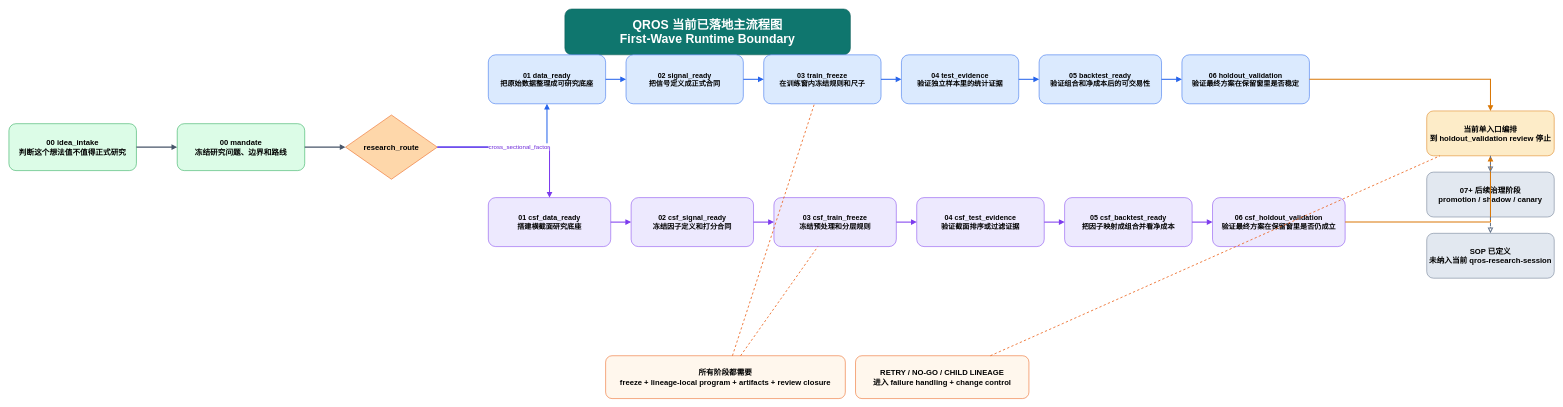
Above: page "Flow" (2 of 2) of docs/visuals/qros-simple.drawio in web3qt/quant-research-os (draw.io), before the change. Source tidied: cells renumbered, new cells numbered last; positions are measured from the earlier drawing's top-left corner, leaving out a move shared by most shapes. Both pictures are drawn from the tidied source at 51%, with x=0, y=0 at pixel (9, 9).
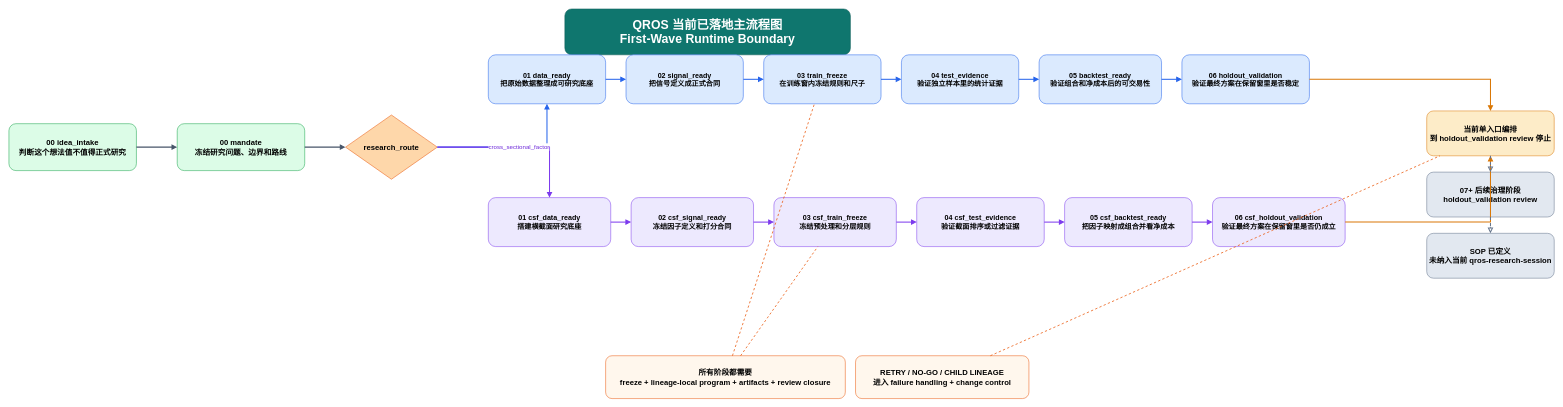
After the change.

Change to the diagram source:
```diff
@@
-    <mxCell id="19" value="07+ 后续治理阶段&#10;promotion / shadow / canary" style="rounded=1;whiteSpace=wrap;html=1;fillColor=#E2E8F0;strokeColor=#64748B;fontSize=15;fontStyle=1;" parent="1" vertex="1">
+    <mxCell id="19" value="07+ 后续治理阶段&#10;holdout_validation review" style="rounded=1;whiteSpace=wrap;html=1;fillColor=#E2E8F0;strokeColor=#64748B;fontSize=15;fontStyle=1;" parent="1" vertex="1">
       <mxGeometry x="2780" y="320" width="250" height="88" as="geometry" />
     </mxCell>
```
